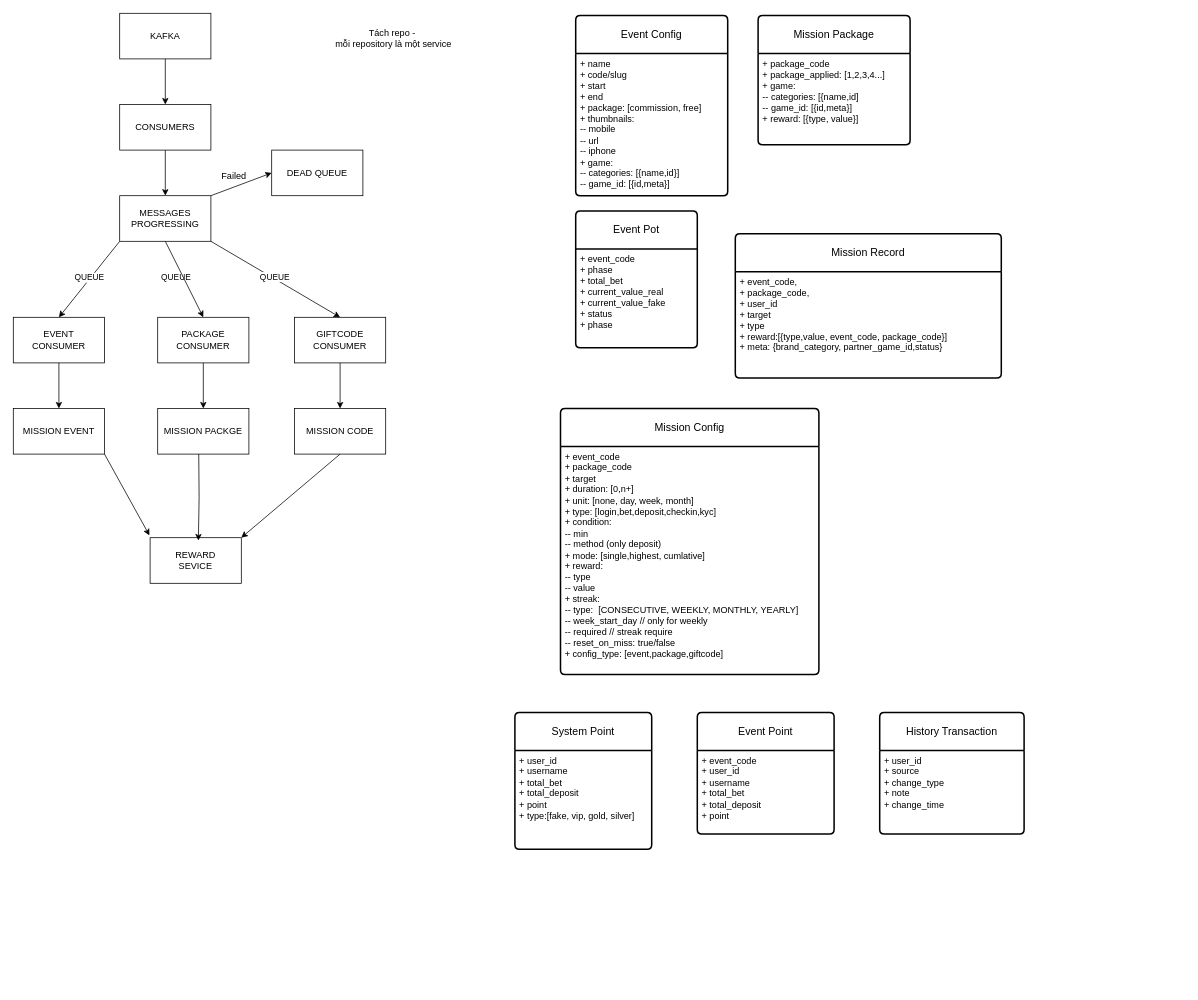
The draw.io diagram S8 Mission.drawio in aronans8/git-workflow, before the edit. Source tidied: cells renumbered, new cells numbered last; positions are measured from the earlier drawing's top-left corner, leaving out a move shared by most shapes. Both pictures are drawn from the tidied source at 76%, with x=0, y=0 at pixel (13, 13).
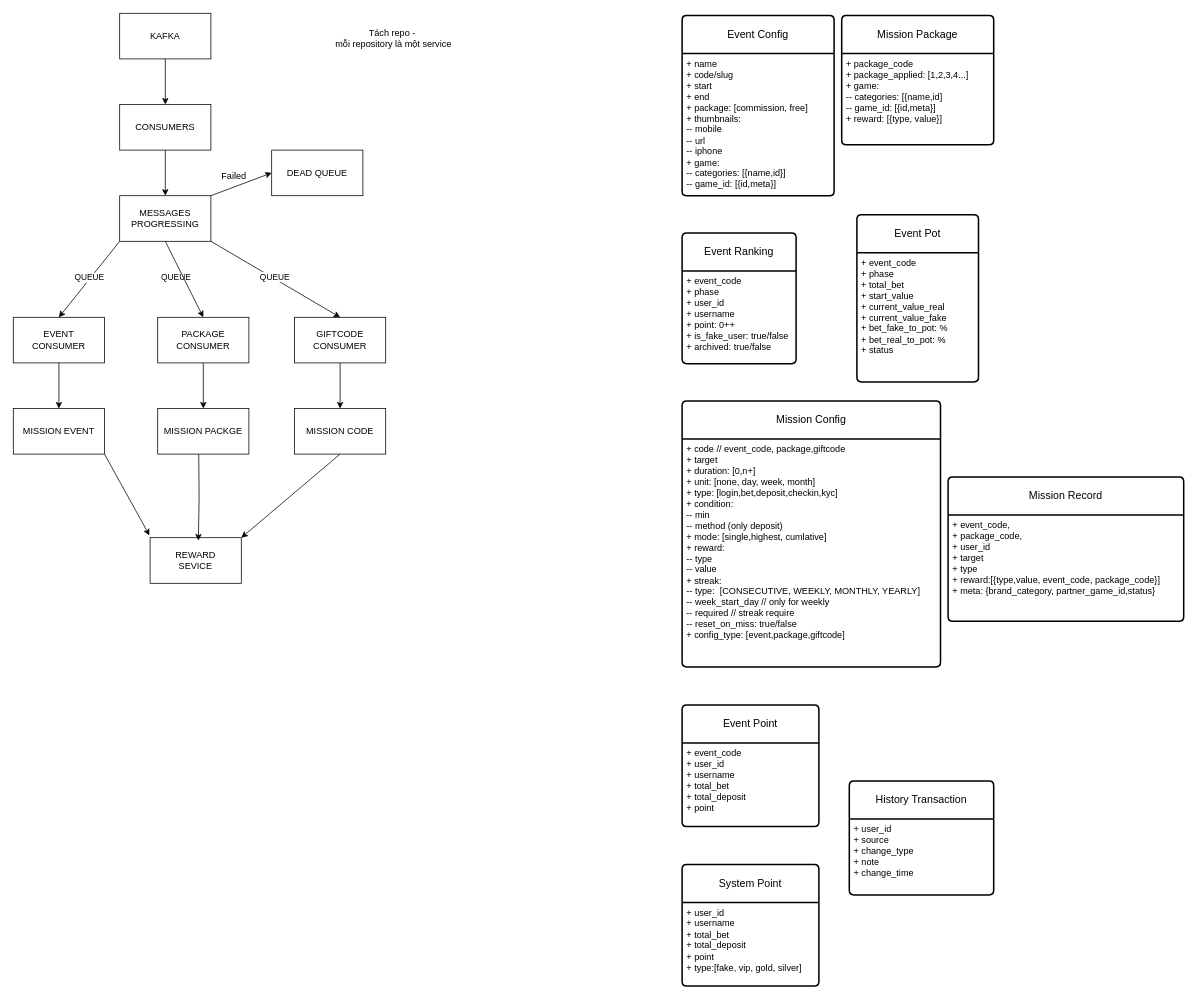
The same diagram, later.

Diff of the diagram source:
```diff
@@
     <mxCell id="21" value="Event Config" style="swimlane;horizontal=1;startSize=50;rounded=1;fontSize=14;fontStyle=0;strokeWidth=2;shadow=0;dashed=0;align=center;arcSize=4;whiteSpace=wrap;html=1;" parent="1" vertex="1">
-      <mxGeometry x="740" y="3" width="200" height="237" as="geometry" />
+      <mxGeometry x="880" y="3" width="200" height="237" as="geometry" />
     </mxCell>
@@
     <mxCell id="23" value="Mission Config" style="swimlane;horizontal=1;startSize=50;rounded=1;fontSize=14;fontStyle=0;strokeWidth=2;shadow=0;dashed=0;align=center;arcSize=4;whiteSpace=wrap;html=1;" parent="1" vertex="1">
-      <mxGeometry x="720" y="520" width="340" height="350" as="geometry" />
+      <mxGeometry x="880" y="510" width="340" height="350" as="geometry" />
     </mxCell>
-    <mxCell id="24" value="+ event_code&lt;div&gt;+ package_code&lt;br&gt;+ target&lt;div&gt;+ duration: [0,n+]&lt;/div&gt;&lt;div&gt;+ unit: [none, day, week, month]&lt;/div&gt;&lt;div&gt;+ type: [login,bet,deposit,checkin,kyc]&lt;/div&gt;&lt;div&gt;+ condition:&lt;/div&gt;&lt;div&gt;-- min&lt;/div&gt;&lt;div&gt;-- method (only deposit)&lt;/div&gt;&lt;div&gt;+ mode: [single,highest, cumlative]&lt;/div&gt;&lt;div&gt;+ reward:&lt;/div&gt;&lt;div&gt;-- type&lt;/div&gt;&lt;div&gt;-- value&lt;/div&gt;&lt;div&gt;+ streak:&lt;/div&gt;&lt;div&gt;-- type:&amp;nbsp; [CONSECUTIVE, WEEKLY, MONTHLY, YEARLY]&lt;/div&gt;&lt;div&gt;--&amp;nbsp;week_start_day // only for weekly&lt;/div&gt;&lt;div&gt;--&amp;nbsp;required // streak require&lt;/div&gt;&lt;div&gt;-- reset_on_miss: true/false&lt;/div&gt;&lt;div&gt;+ config_type: [event,package,giftcode]&lt;/div&gt;&lt;/div&gt;" style="align=left;strokeColor=none;fillColor=none;spacingLeft=4;spacingRight=4;fontSize=12;verticalAlign=top;html=1;whiteSpace=wrap;" parent="23" vertex="1">
+    <mxCell id="24" value="+ code // event_code, package,giftcode&lt;div&gt;&lt;span style=&quot;background-color: transparent; color: light-dark(rgb(0, 0, 0), rgb(255, 255, 255));&quot;&gt;+ target&lt;/span&gt;&lt;div&gt;&lt;div&gt;+ duration: [0,n+]&lt;/div&gt;&lt;div&gt;+ unit: [none, day, week, month]&lt;/div&gt;&lt;div&gt;+ type: [login,bet,deposit,checkin,kyc]&lt;/div&gt;&lt;div&gt;+ condition:&lt;/div&gt;&lt;div&gt;-- min&lt;/div&gt;&lt;div&gt;-- method (only deposit)&lt;/div&gt;&lt;div&gt;+ mode: [single,highest, cumlative]&lt;/div&gt;&lt;div&gt;+ reward:&lt;/div&gt;&lt;div&gt;-- type&lt;/div&gt;&lt;div&gt;-- value&lt;/div&gt;&lt;div&gt;+ streak:&lt;/div&gt;&lt;div&gt;-- type:&amp;nbsp; [CONSECUTIVE, WEEKLY, MONTHLY, YEARLY]&lt;/div&gt;&lt;div&gt;--&amp;nbsp;week_start_day // only for weekly&lt;/div&gt;&lt;div&gt;--&amp;nbsp;required // streak require&lt;/div&gt;&lt;div&gt;-- reset_on_miss: true/false&lt;/div&gt;&lt;div&gt;+ config_type: [event,package,giftcode]&lt;/div&gt;&lt;/div&gt;&lt;/div&gt;" style="align=left;strokeColor=none;fillColor=none;spacingLeft=4;spacingRight=4;fontSize=12;verticalAlign=top;html=1;whiteSpace=wrap;" parent="23" vertex="1">
       <mxGeometry y="50" width="340" height="300" as="geometry" />
     </mxCell>
     <mxCell id="25" value="Mission Record" style="swimlane;horizontal=1;startSize=50;rounded=1;fontSize=14;fontStyle=0;strokeWidth=2;shadow=0;dashed=0;align=center;arcSize=4;whiteSpace=wrap;html=1;" parent="1" vertex="1">
-      <mxGeometry x="950" y="290" width="350" height="190" as="geometry" />
+      <mxGeometry x="1230" y="610" width="310" height="190" as="geometry" />
     </mxCell>
     <mxCell id="26" value="+ event_code,&lt;div&gt;+ package_code,&lt;br&gt;&lt;div&gt;+ user_id&lt;/div&gt;&lt;div&gt;+ target&lt;/div&gt;&lt;div&gt;+ type&lt;/div&gt;&lt;div&gt;+ reward:[{&lt;span style=&quot;background-color: transparent; color: light-dark(rgb(0, 0, 0), rgb(255, 255, 255));&quot;&gt;type,&lt;/span&gt;&lt;span style=&quot;background-color: transparent; color: light-dark(rgb(0, 0, 0), rgb(255, 255, 255));&quot;&gt;value, event_code, package_code&lt;/span&gt;&lt;span style=&quot;background-color: transparent; color: light-dark(rgb(0, 0, 0), rgb(255, 255, 255));&quot;&gt;}]&lt;/span&gt;&lt;/div&gt;&lt;div&gt;&lt;span style=&quot;background-color: transparent; color: light-dark(rgb(0, 0, 0), rgb(255, 255, 255));&quot;&gt;+ meta: {&lt;/span&gt;&lt;span style=&quot;background-color: transparent;&quot;&gt;brand_category,&amp;nbsp;&lt;/span&gt;&lt;span style=&quot;background-color: transparent;&quot;&gt;partner_game_id,status&lt;/span&gt;&lt;span style=&quot;background-color: transparent; color: light-dark(rgb(0, 0, 0), rgb(255, 255, 255));&quot;&gt;}&lt;/span&gt;&lt;/div&gt;&lt;/div&gt;" style="align=left;strokeColor=none;fillColor=none;spacingLeft=4;spacingRight=4;fontSize=12;verticalAlign=top;html=1;whiteSpace=wrap;" parent="25" vertex="1">
-      <mxGeometry y="50" width="350" height="140" as="geometry" />
+      <mxGeometry y="50" width="310" height="140" as="geometry" />
     </mxCell>
     <mxCell id="27" value="Mission Package" style="swimlane;horizontal=1;startSize=50;rounded=1;fontSize=14;fontStyle=0;strokeWidth=2;shadow=0;dashed=0;align=center;arcSize=4;whiteSpace=wrap;html=1;" parent="1" vertex="1">
-      <mxGeometry x="980" y="3" width="200" height="170" as="geometry" />
+      <mxGeometry x="1090" y="3" width="200" height="170" as="geometry" />
     </mxCell>
@@
     <mxCell id="30" value="Event Point" style="swimlane;horizontal=1;startSize=50;rounded=1;fontSize=14;fontStyle=0;strokeWidth=2;shadow=0;dashed=0;align=center;arcSize=4;whiteSpace=wrap;html=1;" parent="1" vertex="1">
-      <mxGeometry x="900" y="920" width="180" height="160" as="geometry" />
+      <mxGeometry x="880" y="910" width="180" height="160" as="geometry" />
     </mxCell>
@@
     <mxCell id="32" value="History Transaction" style="swimlane;horizontal=1;startSize=50;rounded=1;fontSize=14;fontStyle=0;strokeWidth=2;shadow=0;dashed=0;align=center;arcSize=4;whiteSpace=wrap;html=1;" parent="1" vertex="1">
-      <mxGeometry x="1140" y="920" width="190" height="160" as="geometry" />
+      <mxGeometry x="1100" y="1010" width="190" height="150" as="geometry" />
     </mxCell>
     <mxCell id="33" value="&lt;div&gt;+ user_id&lt;/div&gt;&lt;div&gt;+ source&lt;/div&gt;&lt;div&gt;+ change_type&lt;/div&gt;&lt;div&gt;+ note&lt;/div&gt;&lt;div&gt;+ change_time&lt;/div&gt;" style="align=left;strokeColor=none;fillColor=none;spacingLeft=4;spacingRight=4;fontSize=12;verticalAlign=top;html=1;whiteSpace=wrap;" parent="32" vertex="1">
-      <mxGeometry y="50" width="190" height="110" as="geometry" />
+      <mxGeometry y="50" width="190" height="100" as="geometry" />
     </mxCell>
@@
     <mxCell id="43" value="System Point" style="swimlane;horizontal=1;startSize=50;rounded=1;fontSize=14;fontStyle=0;strokeWidth=2;shadow=0;dashed=0;align=center;arcSize=4;whiteSpace=wrap;html=1;" parent="1" vertex="1">
-      <mxGeometry x="660" y="920" width="180" height="180" as="geometry" />
+      <mxGeometry x="880" y="1120" width="180" height="160" as="geometry" />
     </mxCell>
     <mxCell id="44" value="&lt;div&gt;&lt;span style=&quot;background-color: transparent; color: light-dark(rgb(0, 0, 0), rgb(255, 255, 255));&quot;&gt;+ user_id&lt;/span&gt;&lt;/div&gt;&lt;div&gt;+ username&lt;/div&gt;&lt;div&gt;+ total_bet&lt;/div&gt;&lt;div&gt;+ total_deposit&lt;/div&gt;&lt;div&gt;+ point&lt;/div&gt;&lt;div&gt;+ type:[fake, vip, gold, silver]&lt;/div&gt;&lt;div&gt;&lt;br&gt;&lt;/div&gt;" style="align=left;strokeColor=none;fillColor=none;spacingLeft=4;spacingRight=4;fontSize=12;verticalAlign=top;html=1;whiteSpace=wrap;" parent="43" vertex="1">
-      <mxGeometry y="50" width="180" height="130" as="geometry" />
+      <mxGeometry y="50" width="180" height="110" as="geometry" />
     </mxCell>
     <mxCell id="45" value="Event Pot" style="swimlane;horizontal=1;startSize=50;rounded=1;fontSize=14;fontStyle=0;strokeWidth=2;shadow=0;dashed=0;align=center;arcSize=4;whiteSpace=wrap;html=1;" parent="1" vertex="1">
-      <mxGeometry x="740" y="260" width="160" height="180" as="geometry" />
+      <mxGeometry x="1110" y="265" width="160" height="220" as="geometry" />
     </mxCell>
-    <mxCell id="46" value="&lt;div&gt;&lt;span style=&quot;background-color: transparent; color: light-dark(rgb(0, 0, 0), rgb(255, 255, 255));&quot;&gt;+ event_code&lt;/span&gt;&lt;/div&gt;&lt;div&gt;+&amp;nbsp;phase&lt;span style=&quot;background-color: transparent; color: light-dark(rgb(0, 0, 0), rgb(255, 255, 255));&quot;&gt;&lt;/span&gt;&lt;/div&gt;+ total_bet&lt;br&gt;+ current_value_real&lt;div&gt;+&amp;nbsp;current_value_fake&lt;/div&gt;&lt;div&gt;+&amp;nbsp;status&lt;/div&gt;&lt;div&gt;+&amp;nbsp;phase&lt;/div&gt;" style="align=left;strokeColor=none;fillColor=none;spacingLeft=4;spacingRight=4;fontSize=12;verticalAlign=top;html=1;whiteSpace=wrap;" parent="45" vertex="1">
-      <mxGeometry y="50" width="160" height="130" as="geometry" />
+    <mxCell id="46" value="&lt;div&gt;&lt;span style=&quot;background-color: transparent; color: light-dark(rgb(0, 0, 0), rgb(255, 255, 255));&quot;&gt;+ event_code&lt;/span&gt;&lt;/div&gt;&lt;div&gt;+&amp;nbsp;phase&lt;span style=&quot;background-color: transparent; color: light-dark(rgb(0, 0, 0), rgb(255, 255, 255));&quot;&gt;&lt;/span&gt;&lt;/div&gt;+ total_bet&lt;div&gt;+ start_value&lt;br&gt;+ current_value_real&lt;div&gt;+&amp;nbsp;current_value_fake&lt;/div&gt;&lt;div&gt;&lt;span style=&quot;background-color: transparent; color: light-dark(rgb(0, 0, 0), rgb(255, 255, 255));&quot;&gt;+&amp;nbsp;bet_fake_to_pot: %&lt;/span&gt;&lt;/div&gt;&lt;div&gt;&lt;div&gt;+&amp;nbsp;bet_real_to_pot: %&lt;/div&gt;&lt;div&gt;&lt;div&gt;+&amp;nbsp;status&lt;/div&gt;&lt;div&gt;&lt;br&gt;&lt;/div&gt;&lt;div&gt;&lt;/div&gt;&lt;/div&gt;&lt;/div&gt;&lt;/div&gt;" style="align=left;strokeColor=none;fillColor=none;spacingLeft=4;spacingRight=4;fontSize=12;verticalAlign=top;html=1;whiteSpace=wrap;" parent="45" vertex="1">
+      <mxGeometry y="50" width="160" height="170" as="geometry" />
     </mxCell>
+    <mxCell id="47" value="Event Ranking" style="swimlane;horizontal=1;startSize=50;rounded=1;fontSize=14;fontStyle=0;strokeWidth=2;shadow=0;dashed=0;align=center;arcSize=4;whiteSpace=wrap;html=1;" parent="1" vertex="1">
+      <mxGeometry x="880" y="289" width="150" height="172" as="geometry" />
+    </mxCell>
+    <mxCell id="48" value="+ event_code&lt;br&gt;+ phase&lt;br&gt;+ user_id&lt;div&gt;+ username&lt;/div&gt;&lt;div&gt;+ point: 0++&lt;/div&gt;&lt;div&gt;+ is_fake_user: true/false&lt;/div&gt;&lt;div&gt;+ archived: true/false&amp;nbsp;&lt;/div&gt;" style="align=left;strokeColor=none;fillColor=none;spacingLeft=4;spacingRight=4;fontSize=12;verticalAlign=top;html=1;whiteSpace=wrap;" parent="47" vertex="1">
+      <mxGeometry y="50" width="150" height="122" as="geometry" />
+    </mxCell>
```
